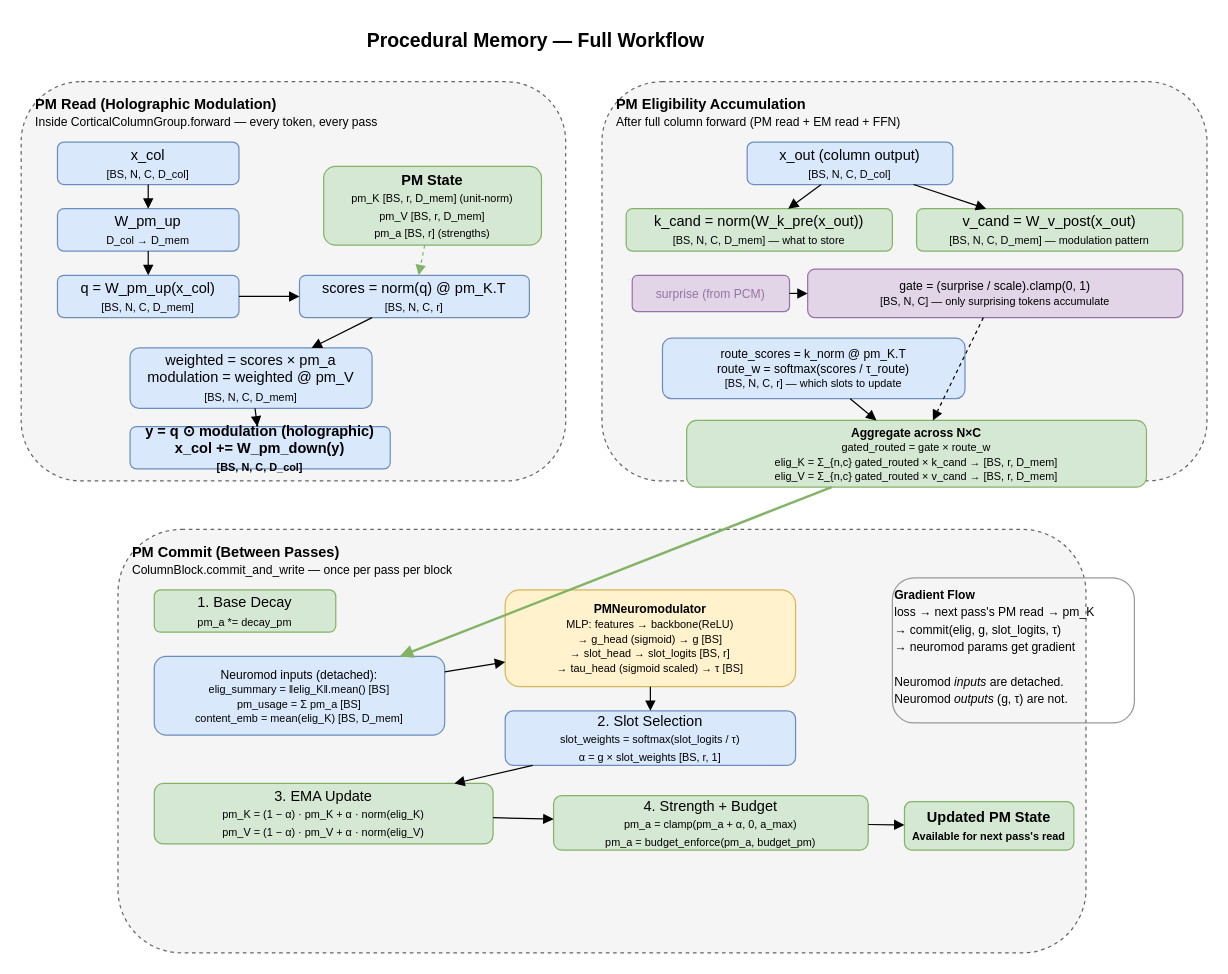
Earlier version of the draw.io diagram docs/diagrams/pm_workflow.drawio (alxdofficial/neuromorphic). Source tidied: cells renumbered, new cells numbered last; positions are measured from the earlier drawing's top-left corner, leaving out a move shared by most shapes. Both pictures are drawn from the tidied source at 121%, with x=0, y=0 at pixel (21, 21).
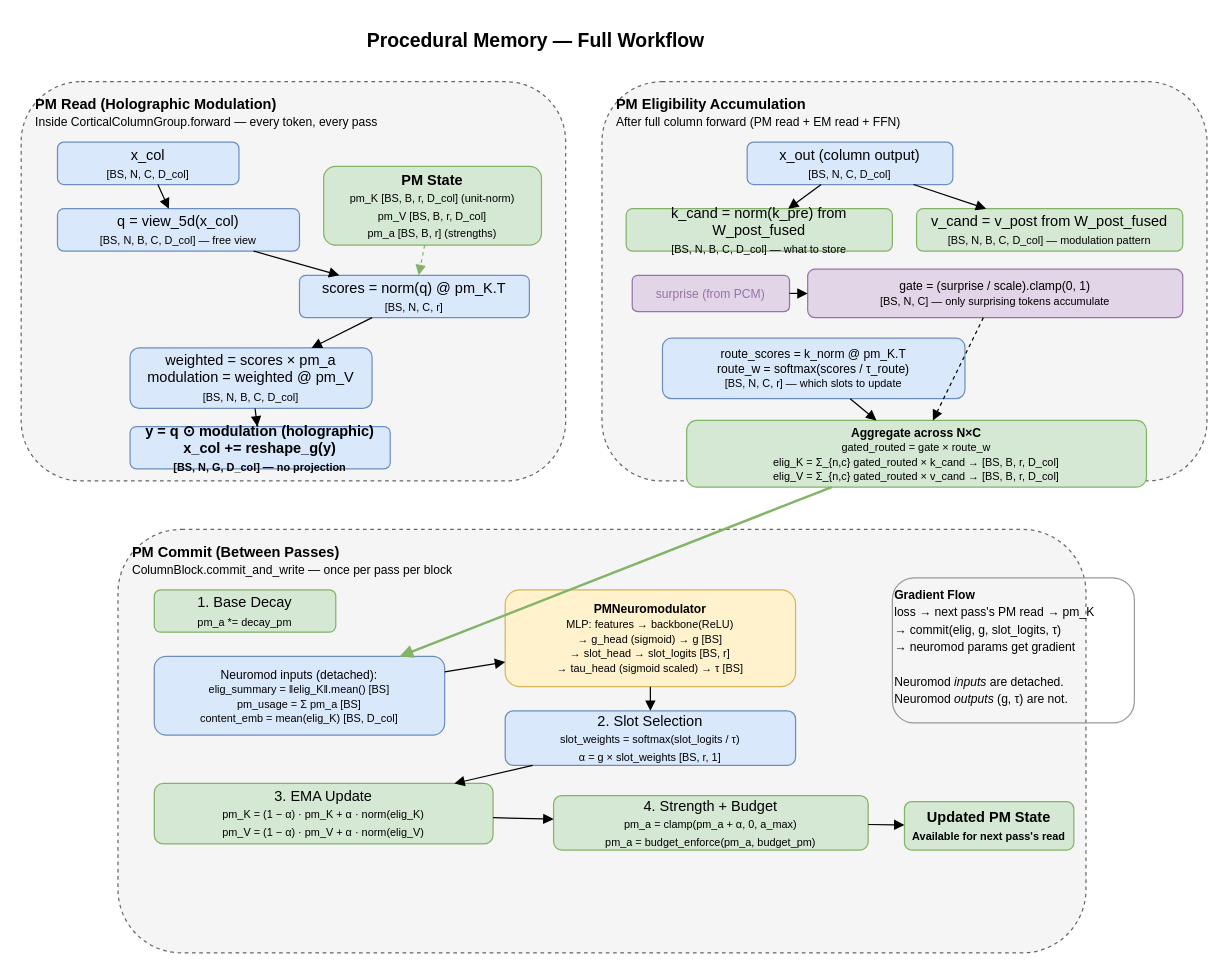
Above is the later version.

The change refers to these unchanged cells:
```xml
<mxCell id="5" value="x_col&lt;br&gt;&lt;font style=&quot;font-size:9px&quot;&gt;[BS, N, C, D_col]&lt;/font&gt;" style="rounded=1;whiteSpace=wrap;html=1;fillColor=#dae8fc;strokeColor=#6c8ebf;" parent="1" vertex="1">
  <mxGeometry x="30" y="100" width="150" height="35" as="geometry" />
</mxCell>
```

What changed in the source:
```diff
@@
-    <mxCell id="6" value="W_pm_up&lt;br&gt;&lt;font style=&quot;font-size:9px&quot;&gt;D_col → D_mem&lt;/font&gt;" style="rounded=1;whiteSpace=wrap;html=1;fillColor=#dae8fc;strokeColor=#6c8ebf;" parent="1" vertex="1">
-      <mxGeometry x="30" y="155" width="150" height="35" as="geometry" />
-    </mxCell>
+    <mxCell id="8" value="q = view_5d(x_col)&lt;br&gt;&lt;font style=&quot;font-size:9px&quot;&gt;[BS, N, B, C, D_col] — free view&lt;/font&gt;" style="rounded=1;whiteSpace=wrap;html=1;fillColor=#dae8fc;strokeColor=#6c8ebf;" parent="1" vertex="1">
+      <mxGeometry x="30" y="155" width="200" height="35" as="geometry" />
+    </mxCell>
-    <mxCell id="7" style="endArrow=block;endFill=1;" parent="1" edge="1" source="5" target="6">
+    <mxCell id="7" style="endArrow=block;endFill=1;" parent="1" edge="1" source="5" target="8">
       <mxGeometry relative="1" as="geometry" />
     </mxCell>
-    <mxCell id="8" value="q = W_pm_up(x_col)&lt;br&gt;&lt;font style=&quot;font-size:9px&quot;&gt;[BS, N, C, D_mem]&lt;/font&gt;" style="rounded=1;whiteSpace=wrap;html=1;fillColor=#dae8fc;strokeColor=#6c8ebf;" parent="1" vertex="1">
-      <mxGeometry x="30" y="210" width="150" height="35" as="geometry" />
-    </mxCell>
-    <mxCell id="9" style="endArrow=block;endFill=1;" parent="1" edge="1" source="6" target="8">
-      <mxGeometry relative="1" as="geometry" />
-    </mxCell>
-    <mxCell id="10" value="&lt;b&gt;PM State&lt;/b&gt;&lt;br&gt;&lt;font style=&quot;font-size:9px&quot;&gt;pm_K [BS, r, D_mem] (unit-norm)&lt;br&gt;pm_V [BS, r, D_mem]&lt;br&gt;pm_a [BS, r] (strengths)&lt;/font&gt;" style="rounded=1;whiteSpace=wrap;html=1;fillColor=#d5e8d4;strokeColor=#82b366;" parent="1" vertex="1">
+    <mxCell id="10" value="&lt;b&gt;PM State&lt;/b&gt;&lt;br&gt;&lt;font style=&quot;font-size:9px&quot;&gt;pm_K [BS, B, r, D_col] (unit-norm)&lt;br&gt;pm_V [BS, B, r, D_col]&lt;br&gt;pm_a [BS, B, r] (strengths)&lt;/font&gt;" style="rounded=1;whiteSpace=wrap;html=1;fillColor=#d5e8d4;strokeColor=#82b366;" parent="1" vertex="1">
       <mxGeometry x="250" y="120" width="180" height="65" as="geometry" />
     </mxCell>
@@
-    <mxCell id="14" value="weighted = scores × pm_a&lt;br&gt;modulation = weighted @ pm_V&lt;br&gt;&lt;font style=&quot;font-size:9px&quot;&gt;[BS, N, C, D_mem]&lt;/font&gt;" style="rounded=1;whiteSpace=wrap;html=1;fillColor=#dae8fc;strokeColor=#6c8ebf;" parent="1" vertex="1">
+    <mxCell id="14" value="weighted = scores × pm_a&lt;br&gt;modulation = weighted @ pm_V&lt;br&gt;&lt;font style=&quot;font-size:9px&quot;&gt;[BS, N, B, C, D_col]&lt;/font&gt;" style="rounded=1;whiteSpace=wrap;html=1;fillColor=#dae8fc;strokeColor=#6c8ebf;" parent="1" vertex="1">
       <mxGeometry x="90" y="270" width="200" height="50" as="geometry" />
     </mxCell>
@@
-    <mxCell id="16" value="y = q ⊙ modulation (holographic)&lt;br&gt;x_col += W_pm_down(y)&lt;br&gt;&lt;font style=&quot;font-size:9px&quot;&gt;[BS, N, C, D_col]&lt;/font&gt;" style="rounded=1;whiteSpace=wrap;html=1;fillColor=#dae8fc;strokeColor=#6c8ebf;fontStyle=1;" parent="1" vertex="1">
+    <mxCell id="16" value="y = q ⊙ modulation (holographic)&lt;br&gt;x_col += reshape_g(y)&lt;br&gt;&lt;font style=&quot;font-size:9px&quot;&gt;[BS, N, G, D_col] — no projection&lt;/font&gt;" style="rounded=1;whiteSpace=wrap;html=1;fillColor=#dae8fc;strokeColor=#6c8ebf;fontStyle=1;" parent="1" vertex="1">
       <mxGeometry x="90" y="335" width="215" height="35" as="geometry" />
     </mxCell>
@@
-    <mxCell id="21" value="k_cand = norm(W_k_pre(x_out))&lt;br&gt;&lt;font style=&quot;font-size:9px&quot;&gt;[BS, N, C, D_mem] — what to store&lt;/font&gt;" style="rounded=1;whiteSpace=wrap;html=1;fillColor=#d5e8d4;strokeColor=#82b366;" parent="1" vertex="1">
+    <mxCell id="21" value="k_cand = norm(k_pre) from W_post_fused&lt;br&gt;&lt;font style=&quot;font-size:9px&quot;&gt;[BS, N, B, C, D_col] — what to store&lt;/font&gt;" style="rounded=1;whiteSpace=wrap;html=1;fillColor=#d5e8d4;strokeColor=#82b366;" parent="1" vertex="1">
       <mxGeometry x="500" y="155" width="220" height="35" as="geometry" />
     </mxCell>
-    <mxCell id="22" value="v_cand = W_v_post(x_out)&lt;br&gt;&lt;font style=&quot;font-size:9px&quot;&gt;[BS, N, C, D_mem] — modulation pattern&lt;/font&gt;" style="rounded=1;whiteSpace=wrap;html=1;fillColor=#d5e8d4;strokeColor=#82b366;" parent="1" vertex="1">
+    <mxCell id="22" value="v_cand = v_post from W_post_fused&lt;br&gt;&lt;font style=&quot;font-size:9px&quot;&gt;[BS, N, B, C, D_col] — modulation pattern&lt;/font&gt;" style="rounded=1;whiteSpace=wrap;html=1;fillColor=#d5e8d4;strokeColor=#82b366;" parent="1" vertex="1">
       <mxGeometry x="740" y="155" width="220" height="35" as="geometry" />
     </mxCell>
@@
-    <mxCell id="29" value="&lt;b&gt;Aggregate across N×C&lt;/b&gt;&lt;br&gt;&lt;font style=&quot;font-size:9px&quot;&gt;gated_routed = gate × route_w&lt;br&gt;elig_K = Σ_{n,c} gated_routed × k_cand → [BS, r, D_mem]&lt;br&gt;elig_V = Σ_{n,c} gated_routed × v_cand → [BS, r, D_mem]&lt;/font&gt;" style="rounded=1;whiteSpace=wrap;html=1;fillColor=#d5e8d4;strokeColor=#82b366;fontStyle=0;fontSize=10;" parent="1" vertex="1">
+    <mxCell id="29" value="&lt;b&gt;Aggregate across N×C&lt;/b&gt;&lt;br&gt;&lt;font style=&quot;font-size:9px&quot;&gt;gated_routed = gate × route_w&lt;br&gt;elig_K = Σ_{n,c} gated_routed × k_cand → [BS, B, r, D_col]&lt;br&gt;elig_V = Σ_{n,c} gated_routed × v_cand → [BS, B, r, D_col]&lt;/font&gt;" style="rounded=1;whiteSpace=wrap;html=1;fillColor=#d5e8d4;strokeColor=#82b366;fontStyle=0;fontSize=10;" parent="1" vertex="1">
       <mxGeometry x="550" y="330" width="380" height="55" as="geometry" />
     </mxCell>
@@
-    <mxCell id="35" value="Neuromod inputs (detached):&lt;br&gt;&lt;font style=&quot;font-size:9px&quot;&gt;elig_summary = ‖elig_K‖.mean() [BS]&lt;br&gt;pm_usage = Σ pm_a [BS]&lt;br&gt;content_emb = mean(elig_K) [BS, D_mem]&lt;/font&gt;" style="rounded=1;whiteSpace=wrap;html=1;fillColor=#dae8fc;strokeColor=#6c8ebf;fontSize=10;" parent="1" vertex="1">
+    <mxCell id="35" value="Neuromod inputs (detached):&lt;br&gt;&lt;font style=&quot;font-size:9px&quot;&gt;elig_summary = ‖elig_K‖.mean() [BS]&lt;br&gt;pm_usage = Σ pm_a [BS]&lt;br&gt;content_emb = mean(elig_K) [BS, D_col]&lt;/font&gt;" style="rounded=1;whiteSpace=wrap;html=1;fillColor=#dae8fc;strokeColor=#6c8ebf;fontSize=10;" parent="1" vertex="1">
       <mxGeometry x="110" y="525" width="240" height="65" as="geometry" />
     </mxCell>
```
